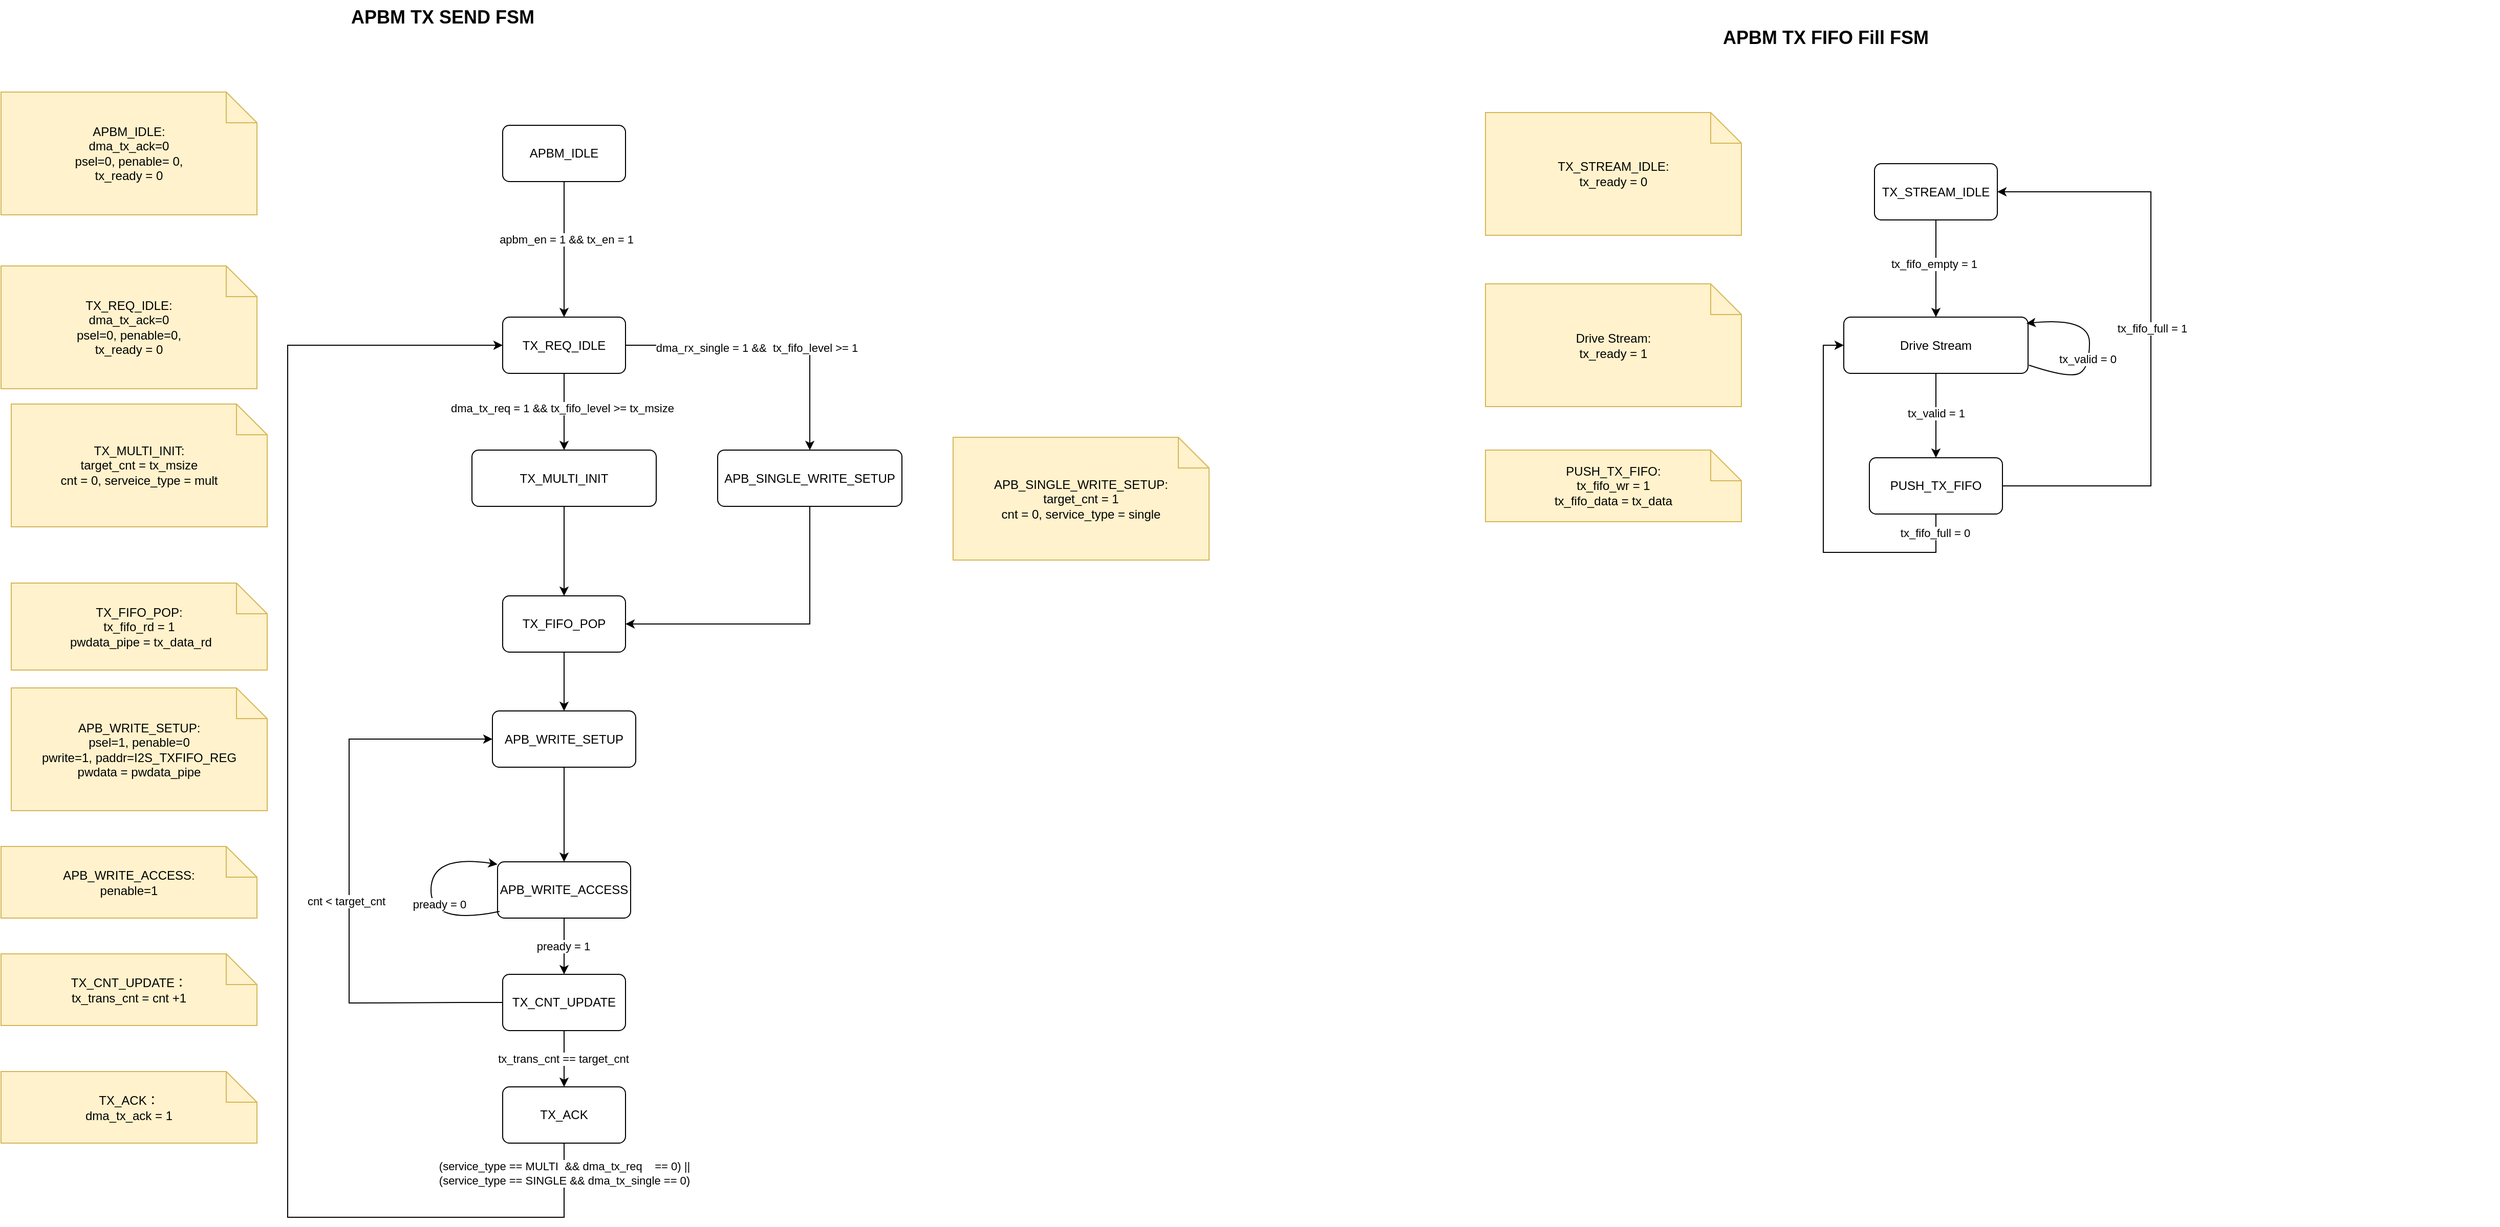
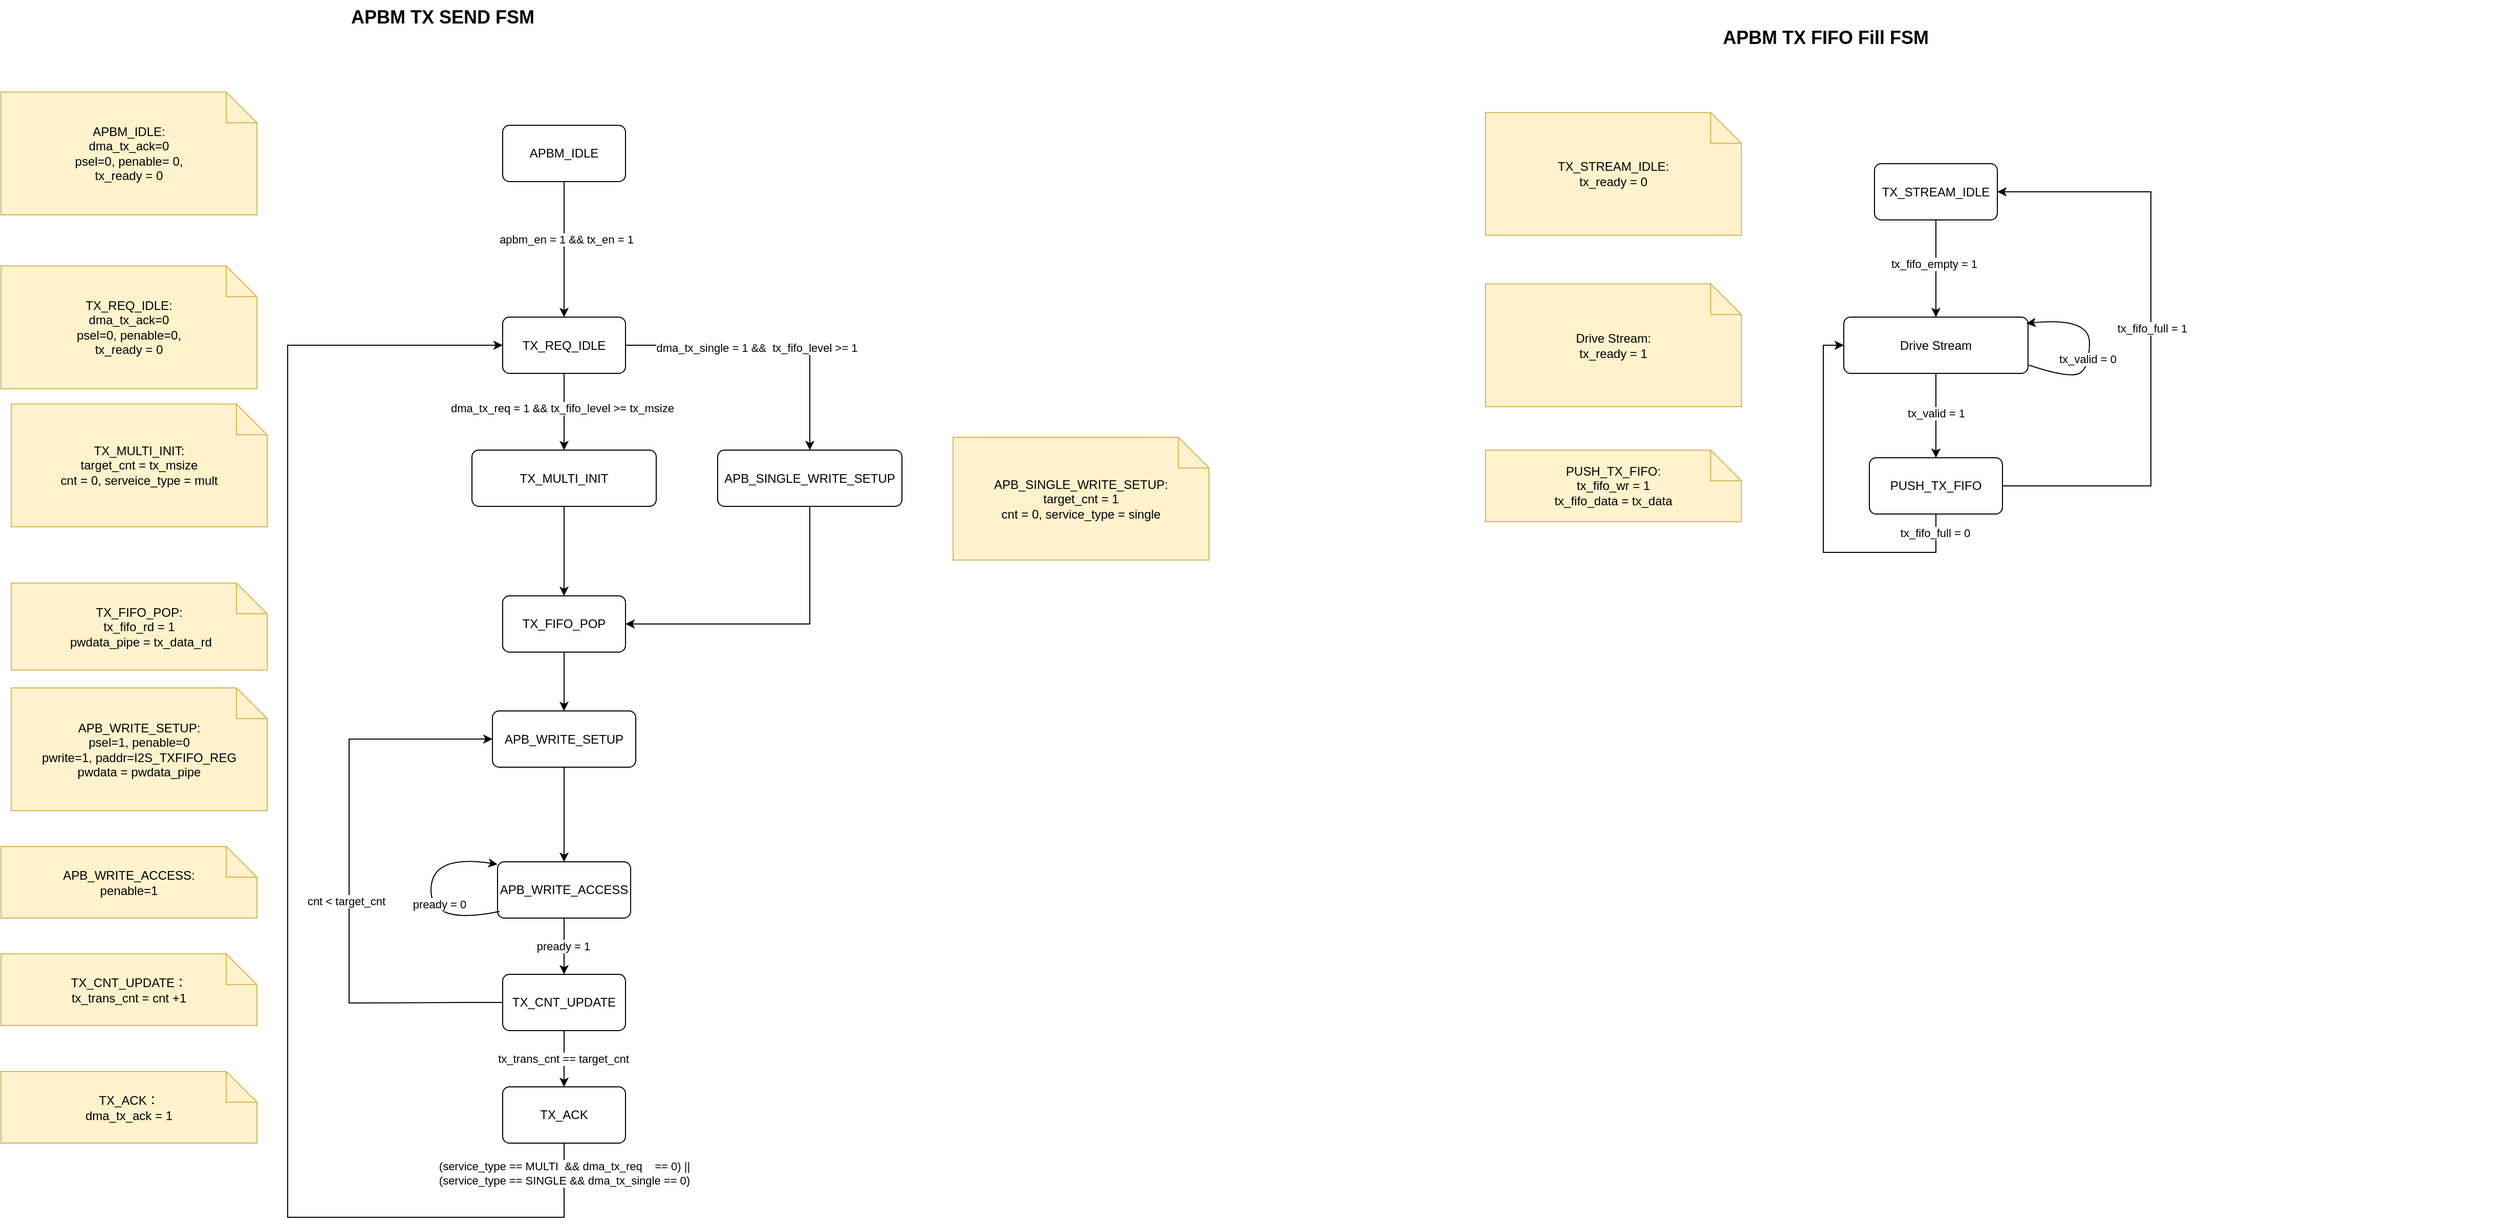
<mxfile host="app.diagrams.net">
  <diagram name="第 1 页" id="fH5n9Me7nUtPE_JYtTzi">
-     <mxGraphModel dx="2580" dy="1457" grid="1" gridSize="10" guides="1" tooltips="1" connect="1" arrows="1" fold="1" page="1" pageScale="1" pageWidth="827" pageHeight="1169" math="0" shadow="0">
+     <mxGraphModel dx="516" dy="291" grid="1" gridSize="10" guides="1" tooltips="1" connect="1" arrows="1" fold="1" page="1" pageScale="1" pageWidth="827" pageHeight="1169" math="0" shadow="0">
      <root>
        <mxCell id="0" />
        <mxCell id="1" parent="0" />
        <mxCell id="Ly1VW1kiYANL2SHkxWqd-1" parent="1" style="text;html=1;strokeColor=none;fillColor=none;fontSize=18;fontStyle=1;" value="APBM TX SEND FSM&amp;nbsp;&amp;nbsp;" vertex="1">
          <mxGeometry height="40" width="760" x="810" y="130" as="geometry" />
        </mxCell>
        <mxCell id="Ly1VW1kiYANL2SHkxWqd-2" parent="1" style="rounded=1;whiteSpace=wrap;html=1;arcSize=12;fillColor=#ffffff;strokeColor=#000000;" value="TX_REQ_IDLE" vertex="1">
          <mxGeometry height="55" width="120" x="960" y="440" as="geometry" />
        </mxCell>
        <mxCell id="Ly1VW1kiYANL2SHkxWqd-3" parent="1" style="rounded=1;whiteSpace=wrap;html=1;arcSize=12;fillColor=#ffffff;strokeColor=#000000;" value="APB_WRITE_SETUP" vertex="1">
          <mxGeometry height="55" width="140" x="950" y="825" as="geometry" />
        </mxCell>
        <mxCell id="Ly1VW1kiYANL2SHkxWqd-4" edge="1" parent="1" source="Ly1VW1kiYANL2SHkxWqd-2" style="endArrow=classic;html=1;rounded=0;exitX=0.5;exitY=1;exitDx=0;exitDy=0;entryX=0.5;entryY=0;entryDx=0;entryDy=0;" target="Ly1VW1kiYANL2SHkxWqd-40" value="">
          <mxGeometry height="50" relative="1" width="50" as="geometry">
            <mxPoint x="1040" y="560" as="sourcePoint" />
            <mxPoint x="1020" y="570" as="targetPoint" />
          </mxGeometry>
        </mxCell>
        <mxCell id="Ly1VW1kiYANL2SHkxWqd-5" connectable="0" parent="Ly1VW1kiYANL2SHkxWqd-4" style="edgeLabel;html=1;align=center;verticalAlign=middle;resizable=0;points=[];" value="dma_tx_req = 1 &amp;amp;&amp;amp; tx_fifo_level &amp;gt;= tx_msize" vertex="1">
          <mxGeometry relative="1" x="-0.0927" y="-2" as="geometry">
            <mxPoint as="offset" />
          </mxGeometry>
        </mxCell>
        <mxCell id="Ly1VW1kiYANL2SHkxWqd-6" parent="1" style="shape=note;whiteSpace=wrap;html=1;fillColor=#fff2cc;strokeColor=#d6b656;" value="APB_WRITE_SETUP:&lt;div&gt;psel=1, penable=0&lt;br&gt;pwrite=1, paddr=I2S_TXFIFO_REG&lt;/div&gt;&lt;div&gt;pwdata = pwdata_pipe&lt;/div&gt;" vertex="1">
          <mxGeometry height="120" width="250" x="480" y="802.5" as="geometry" />
        </mxCell>
        <mxCell id="Ly1VW1kiYANL2SHkxWqd-7" parent="1" style="rounded=1;whiteSpace=wrap;html=1;arcSize=12;fillColor=#ffffff;strokeColor=#000000;" value="APB_WRITE_ACCESS" vertex="1">
          <mxGeometry height="55" width="130" x="955" y="972.5" as="geometry" />
        </mxCell>
        <mxCell id="Ly1VW1kiYANL2SHkxWqd-8" edge="1" parent="1" source="Ly1VW1kiYANL2SHkxWqd-3" style="endArrow=classic;html=1;rounded=0;exitX=0.5;exitY=1;exitDx=0;exitDy=0;entryX=0.5;entryY=0;entryDx=0;entryDy=0;" target="Ly1VW1kiYANL2SHkxWqd-7" value="">
          <mxGeometry height="50" relative="1" width="50" as="geometry">
            <mxPoint x="1030" y="955" as="sourcePoint" />
            <mxPoint x="1080" y="905" as="targetPoint" />
          </mxGeometry>
        </mxCell>
        <mxCell id="Ly1VW1kiYANL2SHkxWqd-9" parent="1" style="shape=note;whiteSpace=wrap;html=1;fillColor=#fff2cc;strokeColor=#d6b656;" value="APB_WRITE_ACCESS:&lt;br&gt;penable=1" vertex="1">
          <mxGeometry height="70" width="250" x="470" y="957.5" as="geometry" />
        </mxCell>
        <mxCell id="Ly1VW1kiYANL2SHkxWqd-10" edge="1" parent="1" source="Ly1VW1kiYANL2SHkxWqd-7" style="curved=1;endArrow=classic;html=1;rounded=0;exitX=0.015;exitY=0.881;exitDx=0;exitDy=0;entryX=0;entryY=0;entryDx=0;entryDy=0;exitPerimeter=0;" value="">
          <mxGeometry height="50" relative="1" width="50" as="geometry">
            <Array as="points">
              <mxPoint x="890" y="1035" />
              <mxPoint x="890" y="965" />
            </Array>
            <mxPoint x="955" y="1030" as="sourcePoint" />
            <mxPoint x="955" y="975" as="targetPoint" />
          </mxGeometry>
        </mxCell>
        <mxCell id="Ly1VW1kiYANL2SHkxWqd-11" connectable="0" parent="Ly1VW1kiYANL2SHkxWqd-10" style="edgeLabel;html=1;align=center;verticalAlign=middle;resizable=0;points=[];" value="pready = 0" vertex="1">
          <mxGeometry relative="1" x="-0.1215" y="-8" as="geometry">
            <mxPoint as="offset" />
          </mxGeometry>
        </mxCell>
        <mxCell id="Ly1VW1kiYANL2SHkxWqd-13" edge="1" parent="1" source="Ly1VW1kiYANL2SHkxWqd-7" style="endArrow=classic;html=1;rounded=0;exitX=0.5;exitY=1;exitDx=0;exitDy=0;entryX=0.5;entryY=0;entryDx=0;entryDy=0;" target="Ly1VW1kiYANL2SHkxWqd-47" value="">
          <mxGeometry height="50" relative="1" width="50" as="geometry">
            <mxPoint x="1010" y="1105" as="sourcePoint" />
            <mxPoint x="1020" y="1072.5" as="targetPoint" />
          </mxGeometry>
        </mxCell>
        <mxCell id="Ly1VW1kiYANL2SHkxWqd-14" connectable="0" parent="Ly1VW1kiYANL2SHkxWqd-13" style="edgeLabel;html=1;align=center;verticalAlign=middle;resizable=0;points=[];" value="pready = 1" vertex="1">
          <mxGeometry relative="1" x="0.0089" y="-1" as="geometry">
            <mxPoint as="offset" />
          </mxGeometry>
        </mxCell>
        <mxCell id="Ly1VW1kiYANL2SHkxWqd-16" parent="1" style="rounded=1;whiteSpace=wrap;html=1;arcSize=12;fillColor=#ffffff;strokeColor=#000000;" value="TX_ACK" vertex="1">
          <mxGeometry height="55" width="120" x="960" y="1192.5" as="geometry" />
        </mxCell>
        <mxCell id="Ly1VW1kiYANL2SHkxWqd-17" edge="1" parent="1" source="Ly1VW1kiYANL2SHkxWqd-47" style="endArrow=classic;html=1;rounded=0;exitX=0.5;exitY=1;exitDx=0;exitDy=0;entryX=0.5;entryY=0;entryDx=0;entryDy=0;" target="Ly1VW1kiYANL2SHkxWqd-16" value="">
          <mxGeometry height="50" relative="1" width="50" as="geometry">
            <mxPoint x="1150.3600000000001" y="1027.5" as="sourcePoint" />
            <mxPoint x="1150" y="1062.5" as="targetPoint" />
          </mxGeometry>
        </mxCell>
        <mxCell id="Ly1VW1kiYANL2SHkxWqd-18" connectable="0" parent="Ly1VW1kiYANL2SHkxWqd-17" style="edgeLabel;html=1;align=center;verticalAlign=middle;resizable=0;points=[];" value="tx_trans_cnt == target_cnt" vertex="1">
          <mxGeometry relative="1" x="0.0089" y="-1" as="geometry">
            <mxPoint as="offset" />
          </mxGeometry>
        </mxCell>
        <mxCell id="Ly1VW1kiYANL2SHkxWqd-19" parent="1" style="shape=note;whiteSpace=wrap;html=1;fillColor=#fff2cc;strokeColor=#d6b656;" value="TX_ACK：&lt;div&gt;dma_tx_ack = 1&lt;/div&gt;" vertex="1">
          <mxGeometry height="70" width="250" x="470" y="1177.5" as="geometry" />
        </mxCell>
        <mxCell id="Ly1VW1kiYANL2SHkxWqd-20" parent="1" style="shape=note;whiteSpace=wrap;html=1;fillColor=#fff2cc;strokeColor=#d6b656;" value="TX_REQ_IDLE:&lt;div&gt;dma_tx_ack=0&lt;/div&gt;&lt;div&gt;psel=0, penable=0,&lt;br&gt;&lt;/div&gt;&lt;div&gt;tx_ready = 0&lt;br&gt;&lt;/div&gt;" vertex="1">
          <mxGeometry height="120" width="250" x="470" y="390" as="geometry" />
        </mxCell>
        <mxCell id="Ly1VW1kiYANL2SHkxWqd-21" edge="1" parent="1" source="Ly1VW1kiYANL2SHkxWqd-16" style="endArrow=classic;html=1;rounded=0;exitX=0.5;exitY=1;exitDx=0;exitDy=0;edgeStyle=orthogonalEdgeStyle;entryX=0;entryY=0.5;entryDx=0;entryDy=0;" target="Ly1VW1kiYANL2SHkxWqd-2" value="">
          <mxGeometry height="50" relative="1" width="50" as="geometry">
            <Array as="points">
              <mxPoint x="1020" y="1320" />
              <mxPoint x="750" y="1320" />
              <mxPoint x="750" y="468" />
            </Array>
            <mxPoint x="909.95" y="1052.5" as="sourcePoint" />
            <mxPoint x="850" y="465" as="targetPoint" />
          </mxGeometry>
        </mxCell>
        <mxCell id="Ly1VW1kiYANL2SHkxWqd-22" connectable="0" parent="Ly1VW1kiYANL2SHkxWqd-21" style="edgeLabel;html=1;align=center;verticalAlign=middle;resizable=0;points=[];" value="&lt;div&gt;(service_type == MULTI&amp;nbsp; &amp;amp;&amp;amp; dma_tx_req&amp;nbsp; &amp;nbsp; == 0) ||&lt;/div&gt;&lt;div&gt;(service_type == SINGLE &amp;amp;&amp;amp; dma_tx_single == 0)&lt;/div&gt;" vertex="1">
          <mxGeometry relative="1" x="-0.9589" as="geometry">
            <mxPoint as="offset" />
          </mxGeometry>
        </mxCell>
        <mxCell id="Ly1VW1kiYANL2SHkxWqd-23" edge="1" parent="1" source="Ly1VW1kiYANL2SHkxWqd-2" style="endArrow=classic;html=1;rounded=0;exitX=1;exitY=0.5;exitDx=0;exitDy=0;edgeStyle=orthogonalEdgeStyle;entryX=0.5;entryY=0;entryDx=0;entryDy=0;" target="Ly1VW1kiYANL2SHkxWqd-25" value="">
          <mxGeometry height="50" relative="1" width="50" as="geometry">
            <mxPoint x="1250" y="540" as="sourcePoint" />
            <mxPoint x="1260" y="560" as="targetPoint" />
          </mxGeometry>
        </mxCell>
-         <mxCell id="Ly1VW1kiYANL2SHkxWqd-24" connectable="0" parent="Ly1VW1kiYANL2SHkxWqd-23" style="edgeLabel;html=1;align=center;verticalAlign=middle;resizable=0;points=[];" value="dma_rx_single = 1 &amp;amp;&amp;amp;&amp;nbsp; tx_fifo_level &amp;gt;= 1" vertex="1">
+         <mxCell id="Ly1VW1kiYANL2SHkxWqd-24" connectable="0" parent="Ly1VW1kiYANL2SHkxWqd-23" style="edgeLabel;html=1;align=center;verticalAlign=middle;resizable=0;points=[];" value="dma_tx_single = 1 &amp;amp;&amp;amp;&amp;nbsp; tx_fifo_level &amp;gt;= 1" vertex="1">
          <mxGeometry relative="1" x="-0.0927" y="-2" as="geometry">
            <mxPoint as="offset" />
          </mxGeometry>
        </mxCell>
        <mxCell id="Ly1VW1kiYANL2SHkxWqd-25" parent="1" style="rounded=1;whiteSpace=wrap;html=1;arcSize=12;fillColor=#ffffff;strokeColor=#000000;" value="APB_SINGLE_WRITE_SETUP" vertex="1">
          <mxGeometry height="55" width="180" x="1170" y="570" as="geometry" />
        </mxCell>
        <mxCell id="Ly1VW1kiYANL2SHkxWqd-26" parent="1" style="shape=note;whiteSpace=wrap;html=1;fillColor=#fff2cc;strokeColor=#d6b656;" value="APB_SINGLE_WRITE_SETUP:&lt;div&gt;target_cnt = 1&lt;br&gt;cnt = 0, service_type = single&lt;/div&gt;" vertex="1">
          <mxGeometry height="120" width="250" x="1400" y="557.5" as="geometry" />
        </mxCell>
        <mxCell id="Ly1VW1kiYANL2SHkxWqd-27" edge="1" parent="1" source="Ly1VW1kiYANL2SHkxWqd-25" style="endArrow=classic;html=1;rounded=0;exitX=0.5;exitY=1;exitDx=0;exitDy=0;edgeStyle=orthogonalEdgeStyle;entryX=1;entryY=0.5;entryDx=0;entryDy=0;" target="Ly1VW1kiYANL2SHkxWqd-28" value="">
          <mxGeometry height="50" relative="1" width="50" as="geometry">
            <mxPoint x="1230" y="950" as="sourcePoint" />
            <mxPoint x="1090" y="705" as="targetPoint" />
          </mxGeometry>
        </mxCell>
        <mxCell id="Ly1VW1kiYANL2SHkxWqd-28" parent="1" style="rounded=1;whiteSpace=wrap;html=1;arcSize=12;fillColor=#ffffff;strokeColor=#000000;" value="TX_FIFO_POP" vertex="1">
          <mxGeometry height="55" width="120" x="960" y="712.5" as="geometry" />
        </mxCell>
        <mxCell id="Ly1VW1kiYANL2SHkxWqd-29" edge="1" parent="1" source="Ly1VW1kiYANL2SHkxWqd-40" style="endArrow=classic;html=1;rounded=0;entryX=0.5;entryY=0;entryDx=0;entryDy=0;exitX=0.5;exitY=1;exitDx=0;exitDy=0;" target="Ly1VW1kiYANL2SHkxWqd-28" value="">
          <mxGeometry height="50" relative="1" width="50" as="geometry">
            <mxPoint x="1010" y="630" as="sourcePoint" />
            <mxPoint x="1040" y="787.5" as="targetPoint" />
          </mxGeometry>
        </mxCell>
        <mxCell id="Ly1VW1kiYANL2SHkxWqd-33" parent="1" style="shape=note;whiteSpace=wrap;html=1;fillColor=#fff2cc;strokeColor=#d6b656;" value="TX_FIFO_POP:&lt;div&gt;tx_fifo_rd = 1&lt;br&gt;&lt;div&gt;&amp;nbsp;pwdata_pipe = tx_data_rd&lt;/div&gt;&lt;/div&gt;" vertex="1">
          <mxGeometry height="85" width="250" x="480" y="700" as="geometry" />
        </mxCell>
        <mxCell id="Ly1VW1kiYANL2SHkxWqd-34" parent="1" style="rounded=1;whiteSpace=wrap;html=1;arcSize=12;fillColor=#ffffff;strokeColor=#000000;" value="APBM_IDLE" vertex="1">
          <mxGeometry height="55" width="120" x="960" y="252.5" as="geometry" />
        </mxCell>
        <mxCell id="Ly1VW1kiYANL2SHkxWqd-35" edge="1" parent="1" source="Ly1VW1kiYANL2SHkxWqd-34" style="endArrow=classic;html=1;rounded=0;exitX=0.5;exitY=1;exitDx=0;exitDy=0;" target="Ly1VW1kiYANL2SHkxWqd-2" value="">
          <mxGeometry height="50" relative="1" width="50" as="geometry">
            <mxPoint x="1060" y="360" as="sourcePoint" />
            <mxPoint x="1110" y="310" as="targetPoint" />
          </mxGeometry>
        </mxCell>
        <mxCell id="Ly1VW1kiYANL2SHkxWqd-36" connectable="0" parent="Ly1VW1kiYANL2SHkxWqd-35" style="edgeLabel;html=1;align=center;verticalAlign=middle;resizable=0;points=[];" value="apbm_en = 1 &amp;amp;&amp;amp; tx_en = 1" vertex="1">
          <mxGeometry relative="1" x="-0.1446" y="2" as="geometry">
            <mxPoint as="offset" />
          </mxGeometry>
        </mxCell>
        <mxCell id="Ly1VW1kiYANL2SHkxWqd-37" parent="1" style="shape=note;whiteSpace=wrap;html=1;fillColor=#fff2cc;strokeColor=#d6b656;" value="APBM_IDLE:&lt;div&gt;dma_tx_ack=0&lt;/div&gt;&lt;div&gt;psel=0, penable= 0,&lt;br&gt;&lt;/div&gt;&lt;div&gt;tx_ready = 0&lt;/div&gt;" vertex="1">
          <mxGeometry height="120" width="250" x="470" y="220" as="geometry" />
        </mxCell>
        <mxCell id="Ly1VW1kiYANL2SHkxWqd-38" edge="1" parent="1" source="Ly1VW1kiYANL2SHkxWqd-47" style="endArrow=classic;html=1;rounded=0;edgeStyle=orthogonalEdgeStyle;entryX=0;entryY=0.5;entryDx=0;entryDy=0;exitX=0;exitY=0.5;exitDx=0;exitDy=0;" target="Ly1VW1kiYANL2SHkxWqd-3" value="">
          <mxGeometry height="50" relative="1" width="50" as="geometry">
            <Array as="points">
              <mxPoint x="920" y="1109.5" />
              <mxPoint x="810" y="1110.5" />
              <mxPoint x="810" y="852.5" />
            </Array>
            <mxPoint x="920" y="1072.5" as="sourcePoint" />
            <mxPoint x="800" y="732.5" as="targetPoint" />
          </mxGeometry>
        </mxCell>
        <mxCell id="Ly1VW1kiYANL2SHkxWqd-39" connectable="0" parent="Ly1VW1kiYANL2SHkxWqd-38" style="edgeLabel;html=1;align=center;verticalAlign=middle;resizable=0;points=[];" value="cnt &amp;lt; target_cnt" vertex="1">
          <mxGeometry relative="1" x="-0.0902" y="3" as="geometry">
            <mxPoint as="offset" />
          </mxGeometry>
        </mxCell>
        <mxCell id="Ly1VW1kiYANL2SHkxWqd-40" parent="1" style="rounded=1;whiteSpace=wrap;html=1;arcSize=12;fillColor=#ffffff;strokeColor=#000000;" value="TX_MULTI_INIT" vertex="1">
          <mxGeometry height="55" width="180" x="930" y="570" as="geometry" />
        </mxCell>
        <mxCell id="Ly1VW1kiYANL2SHkxWqd-42" parent="1" style="shape=note;whiteSpace=wrap;html=1;fillColor=#fff2cc;strokeColor=#d6b656;" value="TX_MULTI_INIT:&lt;div&gt;target_cnt = tx_msize&lt;br&gt;cnt = 0, serveice_type = mult&lt;/div&gt;" vertex="1">
          <mxGeometry height="120" width="250" x="480" y="525" as="geometry" />
        </mxCell>
        <mxCell id="Ly1VW1kiYANL2SHkxWqd-45" edge="1" parent="1" source="Ly1VW1kiYANL2SHkxWqd-28" style="endArrow=classic;html=1;rounded=0;exitX=0.5;exitY=1;exitDx=0;exitDy=0;" target="Ly1VW1kiYANL2SHkxWqd-3" value="">
          <mxGeometry height="50" relative="1" width="50" as="geometry">
            <mxPoint x="1019.5699999999999" y="767.5" as="sourcePoint" />
            <mxPoint x="1019.5699999999999" y="824.5" as="targetPoint" />
          </mxGeometry>
        </mxCell>
        <mxCell id="Ly1VW1kiYANL2SHkxWqd-47" parent="1" style="rounded=1;whiteSpace=wrap;html=1;arcSize=12;fillColor=#ffffff;strokeColor=#000000;" value="TX_CNT_UPDATE" vertex="1">
          <mxGeometry height="55" width="120" x="960" y="1082.5" as="geometry" />
        </mxCell>
        <mxCell id="Ly1VW1kiYANL2SHkxWqd-48" parent="1" style="shape=note;whiteSpace=wrap;html=1;fillColor=#fff2cc;strokeColor=#d6b656;" value="TX_CNT_UPDATE：&lt;div&gt;tx_trans_cnt = cnt +1&lt;/div&gt;" vertex="1">
          <mxGeometry height="70" width="250" x="470" y="1062.5" as="geometry" />
        </mxCell>
        <mxCell id="Ly1VW1kiYANL2SHkxWqd-49" parent="1" style="text;html=1;strokeColor=none;fillColor=none;fontSize=18;fontStyle=1;" value="APBM TX FIFO Fill FSM&amp;nbsp;&amp;nbsp;" vertex="1">
          <mxGeometry height="40" width="760" x="2150" y="150" as="geometry" />
        </mxCell>
        <mxCell id="Ly1VW1kiYANL2SHkxWqd-50" parent="1" style="rounded=1;whiteSpace=wrap;html=1;arcSize=12;fillColor=#ffffff;strokeColor=#000000;" value="TX_STREAM_IDLE" vertex="1">
          <mxGeometry height="55" width="120" x="2300" y="290" as="geometry" />
        </mxCell>
        <mxCell id="Ly1VW1kiYANL2SHkxWqd-51" parent="1" style="rounded=1;whiteSpace=wrap;html=1;arcSize=12;fillColor=#ffffff;strokeColor=#000000;" value="Drive Stream" vertex="1">
          <mxGeometry height="55" width="180" x="2270" y="440" as="geometry" />
        </mxCell>
        <mxCell id="Ly1VW1kiYANL2SHkxWqd-52" edge="1" parent="1" source="Ly1VW1kiYANL2SHkxWqd-50" style="endArrow=classic;html=1;rounded=0;exitX=0.5;exitY=1;exitDx=0;exitDy=0;entryX=0.5;entryY=0;entryDx=0;entryDy=0;" target="Ly1VW1kiYANL2SHkxWqd-51" value="">
          <mxGeometry height="50" relative="1" width="50" as="geometry">
            <mxPoint x="2380" y="410" as="sourcePoint" />
            <mxPoint x="2430" y="360" as="targetPoint" />
          </mxGeometry>
        </mxCell>
        <mxCell id="Ly1VW1kiYANL2SHkxWqd-53" connectable="0" parent="Ly1VW1kiYANL2SHkxWqd-52" style="edgeLabel;html=1;align=center;verticalAlign=middle;resizable=0;points=[];" value="tx_fifo_empty = 1" vertex="1">
          <mxGeometry relative="1" x="-0.0927" y="-2" as="geometry">
            <mxPoint as="offset" />
          </mxGeometry>
        </mxCell>
        <mxCell id="Ly1VW1kiYANL2SHkxWqd-54" parent="1" style="shape=note;whiteSpace=wrap;html=1;fillColor=#fff2cc;strokeColor=#d6b656;" value="Drive Stream:&lt;div&gt;tx_ready = 1&lt;/div&gt;" vertex="1">
          <mxGeometry height="120" width="250" x="1920" y="407.5" as="geometry" />
        </mxCell>
        <mxCell id="Ly1VW1kiYANL2SHkxWqd-55" parent="1" style="rounded=1;whiteSpace=wrap;html=1;arcSize=12;fillColor=#ffffff;strokeColor=#000000;" value="PUSH_TX_FIFO" vertex="1">
          <mxGeometry height="55" width="130" x="2295" y="577.5" as="geometry" />
        </mxCell>
        <mxCell id="Ly1VW1kiYANL2SHkxWqd-56" edge="1" parent="1" source="Ly1VW1kiYANL2SHkxWqd-51" style="endArrow=classic;html=1;rounded=0;exitX=0.5;exitY=1;exitDx=0;exitDy=0;entryX=0.5;entryY=0;entryDx=0;entryDy=0;" target="Ly1VW1kiYANL2SHkxWqd-55" value="">
          <mxGeometry height="50" relative="1" width="50" as="geometry">
            <mxPoint x="2370" y="560" as="sourcePoint" />
            <mxPoint x="2420" y="510" as="targetPoint" />
          </mxGeometry>
        </mxCell>
        <mxCell id="Ly1VW1kiYANL2SHkxWqd-57" connectable="0" parent="Ly1VW1kiYANL2SHkxWqd-56" style="edgeLabel;html=1;align=center;verticalAlign=middle;resizable=0;points=[];" value="tx_valid = 1" vertex="1">
          <mxGeometry relative="1" x="-0.0537" as="geometry">
            <mxPoint as="offset" />
          </mxGeometry>
        </mxCell>
        <mxCell id="Ly1VW1kiYANL2SHkxWqd-58" parent="1" style="shape=note;whiteSpace=wrap;html=1;fillColor=#fff2cc;strokeColor=#d6b656;" value="PUSH_TX_FIFO:&lt;div&gt;tx_fifo_wr = 1&lt;/div&gt;&lt;div&gt;tx_fifo_data = tx_data&lt;/div&gt;" vertex="1">
          <mxGeometry height="70" width="250" x="1920" y="570" as="geometry" />
        </mxCell>
        <mxCell id="Ly1VW1kiYANL2SHkxWqd-59" parent="1" style="shape=note;whiteSpace=wrap;html=1;fillColor=#fff2cc;strokeColor=#d6b656;" value="TX_STREAM_IDLE:&lt;div&gt;tx_ready = 0&lt;/div&gt;" vertex="1">
          <mxGeometry height="120" width="250" x="1920" y="240" as="geometry" />
        </mxCell>
        <mxCell id="Ly1VW1kiYANL2SHkxWqd-60" edge="1" parent="1" source="Ly1VW1kiYANL2SHkxWqd-55" style="endArrow=classic;html=1;rounded=0;exitX=0.5;exitY=1;exitDx=0;exitDy=0;entryX=0;entryY=0.5;entryDx=0;entryDy=0;edgeStyle=orthogonalEdgeStyle;" target="Ly1VW1kiYANL2SHkxWqd-51" value="">
          <mxGeometry height="50" relative="1" width="50" as="geometry">
            <Array as="points">
              <mxPoint x="2360" y="670" />
              <mxPoint x="2250" y="670" />
              <mxPoint x="2250" y="468" />
            </Array>
            <mxPoint x="2550" y="570" as="sourcePoint" />
            <mxPoint x="2600" y="520" as="targetPoint" />
          </mxGeometry>
        </mxCell>
        <mxCell id="Ly1VW1kiYANL2SHkxWqd-61" connectable="0" parent="Ly1VW1kiYANL2SHkxWqd-60" style="edgeLabel;html=1;align=center;verticalAlign=middle;resizable=0;points=[];" value="tx_fifo_full = 0" vertex="1">
          <mxGeometry relative="1" x="-0.9016" y="-1" as="geometry">
            <mxPoint as="offset" />
          </mxGeometry>
        </mxCell>
        <mxCell id="Ly1VW1kiYANL2SHkxWqd-62" edge="1" parent="1" source="Ly1VW1kiYANL2SHkxWqd-55" style="endArrow=classic;html=1;rounded=0;exitX=1;exitY=0.5;exitDx=0;exitDy=0;entryX=1;entryY=0.5;entryDx=0;entryDy=0;edgeStyle=orthogonalEdgeStyle;" target="Ly1VW1kiYANL2SHkxWqd-50" value="">
          <mxGeometry height="50" relative="1" width="50" as="geometry">
            <Array as="points">
              <mxPoint x="2570" y="605" />
              <mxPoint x="2570" y="318" />
            </Array>
            <mxPoint x="2510" y="600" as="sourcePoint" />
            <mxPoint x="2560" y="550" as="targetPoint" />
          </mxGeometry>
        </mxCell>
        <mxCell id="Ly1VW1kiYANL2SHkxWqd-63" connectable="0" parent="Ly1VW1kiYANL2SHkxWqd-62" style="edgeLabel;html=1;align=center;verticalAlign=middle;resizable=0;points=[];" value="tx_fifo_full = 1" vertex="1">
          <mxGeometry relative="1" x="0.0267" y="-1" as="geometry">
            <mxPoint as="offset" />
          </mxGeometry>
        </mxCell>
        <mxCell id="Ly1VW1kiYANL2SHkxWqd-64" edge="1" parent="1" source="Ly1VW1kiYANL2SHkxWqd-51" style="curved=1;endArrow=classic;html=1;rounded=0;entryX=0.991;entryY=0.112;entryDx=0;entryDy=0;exitX=1.005;exitY=0.854;exitDx=0;exitDy=0;exitPerimeter=0;entryPerimeter=0;" target="Ly1VW1kiYANL2SHkxWqd-51" value="">
          <mxGeometry height="50" relative="1" width="50" as="geometry">
            <Array as="points">
              <mxPoint x="2490" y="500" />
              <mxPoint x="2510" y="490" />
              <mxPoint x="2510" y="440" />
            </Array>
            <mxPoint x="2460" y="560" as="sourcePoint" />
            <mxPoint x="2510" y="510" as="targetPoint" />
          </mxGeometry>
        </mxCell>
        <mxCell id="Ly1VW1kiYANL2SHkxWqd-65" connectable="0" parent="Ly1VW1kiYANL2SHkxWqd-64" style="edgeLabel;html=1;align=center;verticalAlign=middle;resizable=0;points=[];" value="tx_valid = 0" vertex="1">
          <mxGeometry relative="1" x="-0.1698" y="2" as="geometry">
            <mxPoint as="offset" />
          </mxGeometry>
        </mxCell>
      </root>
    </mxGraphModel>
  </diagram>
</mxfile>
